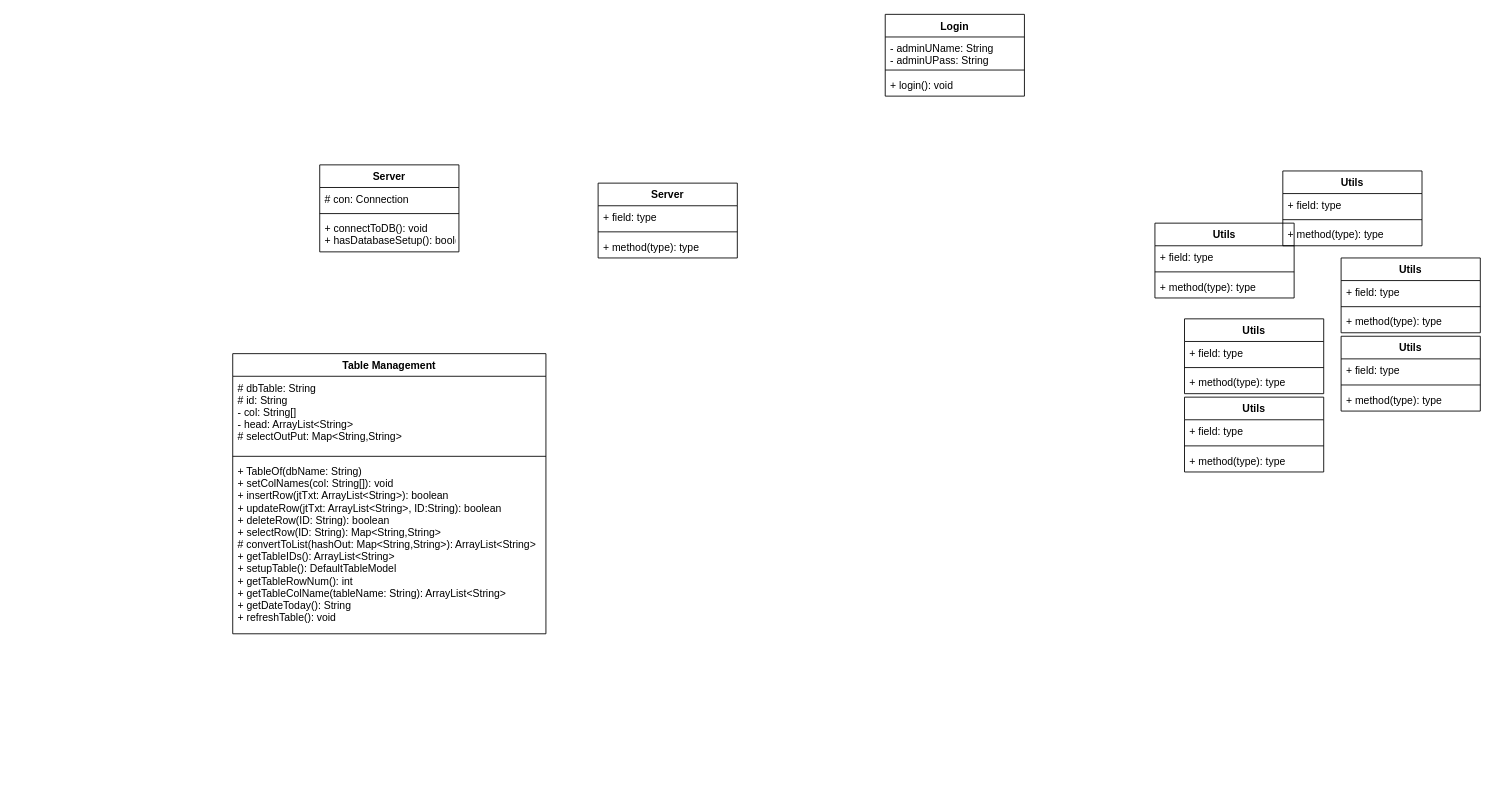
Above: Untitled Diagram.drawio in dkeithdj/digitallib (draw.io), before the change. Source tidied: cells renumbered, new cells numbered last; positions are measured from the earlier drawing's top-left corner, leaving out a move shared by most shapes. Both pictures are drawn from the tidied source at 87%, with x=0, y=0 at pixel (232, 14).
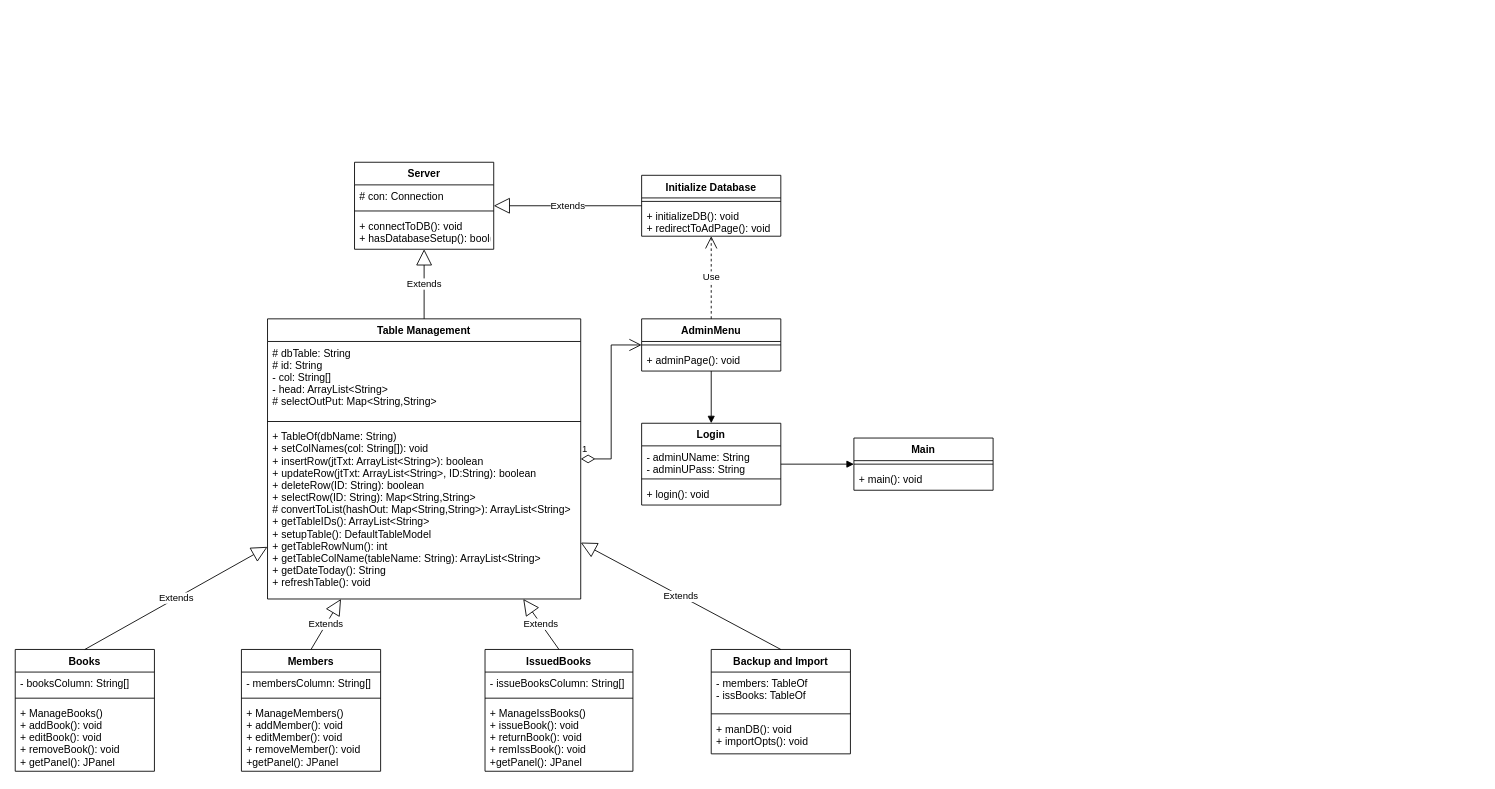
The same diagram, later.

The edit, as a diff of the source:
```diff
@@
     <mxCell id="2" value="Login" style="swimlane;fontStyle=1;align=center;verticalAlign=top;horizontal=1;startSize=26;" parent="1" vertex="1">
-      <mxGeometry x="750" width="160" height="94" as="geometry" />
+      <mxGeometry x="470" y="470" width="160" height="94" as="geometry" />
     </mxCell>
@@
-    <mxCell id="6" value="Utils" style="swimlane;fontStyle=1;align=center;verticalAlign=top;horizontal=1;startSize=26;" parent="1" vertex="1">
-      <mxGeometry x="1094" y="440" width="160" height="86" as="geometry" />
-    </mxCell>
-    <mxCell id="7" value="+ field: type" style="text;strokeColor=none;fillColor=none;align=left;verticalAlign=top;spacingLeft=4;spacingRight=4;overflow=hidden;" parent="6" vertex="1">
-      <mxGeometry y="26" width="160" height="26" as="geometry" />
-    </mxCell>
-    <mxCell id="8" style="line;strokeWidth=1;fillColor=none;align=left;verticalAlign=middle;spacingTop=-1;spacingLeft=3;spacingRight=3;labelPosition=right;" parent="6" vertex="1">
-      <mxGeometry y="52" width="160" height="8" as="geometry" />
-    </mxCell>
-    <mxCell id="9" value="+ method(type): type" style="text;strokeColor=none;fillColor=none;align=left;verticalAlign=top;spacingLeft=4;spacingRight=4;overflow=hidden;" parent="6" vertex="1">
-      <mxGeometry y="60" width="160" height="26" as="geometry" />
-    </mxCell>
-    <mxCell id="10" value="Utils" style="swimlane;fontStyle=1;align=center;verticalAlign=top;horizontal=1;startSize=26;" parent="1" vertex="1">
-      <mxGeometry x="1094" y="350" width="160" height="86" as="geometry" />
-    </mxCell>
-    <mxCell id="11" value="+ field: type" style="text;strokeColor=none;fillColor=none;align=left;verticalAlign=top;spacingLeft=4;spacingRight=4;overflow=hidden;" parent="10" vertex="1">
-      <mxGeometry y="26" width="160" height="26" as="geometry" />
-    </mxCell>
-    <mxCell id="12" style="line;strokeWidth=1;fillColor=none;align=left;verticalAlign=middle;spacingTop=-1;spacingLeft=3;spacingRight=3;labelPosition=right;" parent="10" vertex="1">
-      <mxGeometry y="52" width="160" height="8" as="geometry" />
-    </mxCell>
-    <mxCell id="13" value="+ method(type): type" style="text;strokeColor=none;fillColor=none;align=left;verticalAlign=top;spacingLeft=4;spacingRight=4;overflow=hidden;" parent="10" vertex="1">
-      <mxGeometry y="60" width="160" height="26" as="geometry" />
-    </mxCell>
-    <mxCell id="14" value="Utils" style="swimlane;fontStyle=1;align=center;verticalAlign=top;horizontal=1;startSize=26;" parent="1" vertex="1">
-      <mxGeometry x="1060" y="240" width="160" height="86" as="geometry" />
+    <mxCell id="14" value="Books" style="swimlane;fontStyle=1;align=center;verticalAlign=top;horizontal=1;startSize=26;" parent="1" vertex="1">
+      <mxGeometry x="-250" y="730" width="160" height="140" as="geometry" />
     </mxCell>
-    <mxCell id="15" value="+ field: type" style="text;strokeColor=none;fillColor=none;align=left;verticalAlign=top;spacingLeft=4;spacingRight=4;overflow=hidden;" parent="14" vertex="1">
+    <mxCell id="15" value="- booksColumn: String[]" style="text;strokeColor=none;fillColor=none;align=left;verticalAlign=top;spacingLeft=4;spacingRight=4;overflow=hidden;" parent="14" vertex="1">
       <mxGeometry y="26" width="160" height="26" as="geometry" />
     </mxCell>
@@
-    <mxCell id="17" value="+ method(type): type" style="text;strokeColor=none;fillColor=none;align=left;verticalAlign=top;spacingLeft=4;spacingRight=4;overflow=hidden;" parent="14" vertex="1">
-      <mxGeometry y="60" width="160" height="26" as="geometry" />
+    <mxCell id="17" value="+ ManageBooks()&#10;+ addBook(): void&#10;+ editBook(): void&#10;+ removeBook(): void&#10;+ getPanel(): JPanel" style="text;strokeColor=none;fillColor=none;align=left;verticalAlign=top;spacingLeft=4;spacingRight=4;overflow=hidden;" parent="14" vertex="1">
+      <mxGeometry y="60" width="160" height="80" as="geometry" />
     </mxCell>
     <mxCell id="18" value="Server" style="swimlane;fontStyle=1;align=center;verticalAlign=top;horizontal=1;startSize=26;" parent="1" vertex="1">
-      <mxGeometry x="100" y="173" width="160" height="100" as="geometry" />
+      <mxGeometry x="140" y="170" width="160" height="100" as="geometry" />
     </mxCell>
@@
-    <mxCell id="22" value="Utils" style="swimlane;fontStyle=1;align=center;verticalAlign=top;horizontal=1;startSize=26;" parent="1" vertex="1">
-      <mxGeometry x="1274" y="370" width="160" height="86" as="geometry" />
-    </mxCell>
-    <mxCell id="23" value="+ field: type" style="text;strokeColor=none;fillColor=none;align=left;verticalAlign=top;spacingLeft=4;spacingRight=4;overflow=hidden;" parent="22" vertex="1">
-      <mxGeometry y="26" width="160" height="26" as="geometry" />
-    </mxCell>
-    <mxCell id="24" style="line;strokeWidth=1;fillColor=none;align=left;verticalAlign=middle;spacingTop=-1;spacingLeft=3;spacingRight=3;labelPosition=right;" parent="22" vertex="1">
-      <mxGeometry y="52" width="160" height="8" as="geometry" />
-    </mxCell>
-    <mxCell id="25" value="+ method(type): type" style="text;strokeColor=none;fillColor=none;align=left;verticalAlign=top;spacingLeft=4;spacingRight=4;overflow=hidden;" parent="22" vertex="1">
-      <mxGeometry y="60" width="160" height="26" as="geometry" />
-    </mxCell>
-    <mxCell id="26" value="Utils" style="swimlane;fontStyle=1;align=center;verticalAlign=top;horizontal=1;startSize=26;" parent="1" vertex="1">
-      <mxGeometry x="1274" y="280" width="160" height="86" as="geometry" />
+    <mxCell id="26" value="Main" style="swimlane;fontStyle=1;align=center;verticalAlign=top;horizontal=1;startSize=26;" parent="1" vertex="1">
+      <mxGeometry x="714" y="487" width="160" height="60" as="geometry" />
     </mxCell>
-    <mxCell id="27" value="+ field: type" style="text;strokeColor=none;fillColor=none;align=left;verticalAlign=top;spacingLeft=4;spacingRight=4;overflow=hidden;" parent="26" vertex="1">
-      <mxGeometry y="26" width="160" height="26" as="geometry" />
-    </mxCell>
     <mxCell id="28" style="line;strokeWidth=1;fillColor=none;align=left;verticalAlign=middle;spacingTop=-1;spacingLeft=3;spacingRight=3;labelPosition=right;" parent="26" vertex="1">
-      <mxGeometry y="52" width="160" height="8" as="geometry" />
+      <mxGeometry y="26" width="160" height="8" as="geometry" />
     </mxCell>
-    <mxCell id="29" value="+ method(type): type" style="text;strokeColor=none;fillColor=none;align=left;verticalAlign=top;spacingLeft=4;spacingRight=4;overflow=hidden;" parent="26" vertex="1">
-      <mxGeometry y="60" width="160" height="26" as="geometry" />
+    <mxCell id="29" value="+ main(): void" style="text;strokeColor=none;fillColor=none;align=left;verticalAlign=top;spacingLeft=4;spacingRight=4;overflow=hidden;" parent="26" vertex="1">
+      <mxGeometry y="34" width="160" height="26" as="geometry" />
     </mxCell>
-    <mxCell id="30" value="Utils" style="swimlane;fontStyle=1;align=center;verticalAlign=top;horizontal=1;startSize=26;" parent="1" vertex="1">
-      <mxGeometry x="1207" y="180" width="160" height="86" as="geometry" />
+    <mxCell id="30" value="AdminMenu" style="swimlane;fontStyle=1;align=center;verticalAlign=top;horizontal=1;startSize=26;" parent="1" vertex="1">
+      <mxGeometry x="470" y="350" width="160" height="60" as="geometry" />
     </mxCell>
-    <mxCell id="31" value="+ field: type" style="text;strokeColor=none;fillColor=none;align=left;verticalAlign=top;spacingLeft=4;spacingRight=4;overflow=hidden;" parent="30" vertex="1">
-      <mxGeometry y="26" width="160" height="26" as="geometry" />
-    </mxCell>
     <mxCell id="32" style="line;strokeWidth=1;fillColor=none;align=left;verticalAlign=middle;spacingTop=-1;spacingLeft=3;spacingRight=3;labelPosition=right;" parent="30" vertex="1">
-      <mxGeometry y="52" width="160" height="8" as="geometry" />
+      <mxGeometry y="26" width="160" height="8" as="geometry" />
     </mxCell>
-    <mxCell id="33" value="+ method(type): type" style="text;strokeColor=none;fillColor=none;align=left;verticalAlign=top;spacingLeft=4;spacingRight=4;overflow=hidden;" parent="30" vertex="1">
-      <mxGeometry y="60" width="160" height="26" as="geometry" />
+    <mxCell id="33" value="+ adminPage(): void" style="text;strokeColor=none;fillColor=none;align=left;verticalAlign=top;spacingLeft=4;spacingRight=4;overflow=hidden;" parent="30" vertex="1">
+      <mxGeometry y="34" width="160" height="26" as="geometry" />
     </mxCell>
     <mxCell id="34" value="Table Management" style="swimlane;fontStyle=1;align=center;verticalAlign=top;horizontal=1;startSize=26;" parent="1" vertex="1">
-      <mxGeometry y="390" width="360" height="322" as="geometry" />
+      <mxGeometry x="40" y="350" width="360" height="322" as="geometry" />
     </mxCell>
@@
-    <mxCell id="38" value="Server" style="swimlane;fontStyle=1;align=center;verticalAlign=top;horizontal=1;startSize=26;" parent="1" vertex="1">
-      <mxGeometry x="420" y="194" width="160" height="86" as="geometry" />
+    <mxCell id="38" value="Backup and Import" style="swimlane;fontStyle=1;align=center;verticalAlign=top;horizontal=1;startSize=26;" parent="1" vertex="1">
+      <mxGeometry x="550" y="730" width="160" height="120" as="geometry" />
     </mxCell>
-    <mxCell id="39" value="+ field: type" style="text;strokeColor=none;fillColor=none;align=left;verticalAlign=top;spacingLeft=4;spacingRight=4;overflow=hidden;" parent="38" vertex="1">
-      <mxGeometry y="26" width="160" height="26" as="geometry" />
+    <mxCell id="39" value="- members: TableOf&#10;- issBooks: TableOf" style="text;strokeColor=none;fillColor=none;align=left;verticalAlign=top;spacingLeft=4;spacingRight=4;overflow=hidden;" parent="38" vertex="1">
+      <mxGeometry y="26" width="160" height="44" as="geometry" />
     </mxCell>
     <mxCell id="40" style="line;strokeWidth=1;fillColor=none;align=left;verticalAlign=middle;spacingTop=-1;spacingLeft=3;spacingRight=3;labelPosition=right;" parent="38" vertex="1">
-      <mxGeometry y="52" width="160" height="8" as="geometry" />
+      <mxGeometry y="70" width="160" height="8" as="geometry" />
     </mxCell>
-    <mxCell id="41" value="+ method(type): type" style="text;strokeColor=none;fillColor=none;align=left;verticalAlign=top;spacingLeft=4;spacingRight=4;overflow=hidden;" parent="38" vertex="1">
-      <mxGeometry y="60" width="160" height="26" as="geometry" />
+    <mxCell id="41" value="+ manDB(): void&#10;+ importOpts(): void" style="text;strokeColor=none;fillColor=none;align=left;verticalAlign=top;spacingLeft=4;spacingRight=4;overflow=hidden;" parent="38" vertex="1">
+      <mxGeometry y="78" width="160" height="42" as="geometry" />
     </mxCell>
+    <mxCell id="42" value="IssuedBooks" style="swimlane;fontStyle=1;align=center;verticalAlign=top;horizontal=1;startSize=26;" parent="1" vertex="1">
+      <mxGeometry x="290" y="730" width="170" height="140" as="geometry" />
+    </mxCell>
+    <mxCell id="43" value="- issueBooksColumn: String[]" style="text;strokeColor=none;fillColor=none;align=left;verticalAlign=top;spacingLeft=4;spacingRight=4;overflow=hidden;" parent="42" vertex="1">
+      <mxGeometry y="26" width="170" height="26" as="geometry" />
+    </mxCell>
+    <mxCell id="44" style="line;strokeWidth=1;fillColor=none;align=left;verticalAlign=middle;spacingTop=-1;spacingLeft=3;spacingRight=3;labelPosition=right;" parent="42" vertex="1">
+      <mxGeometry y="52" width="170" height="8" as="geometry" />
+    </mxCell>
+    <mxCell id="45" value="+ ManageIssBooks()&#10;+ issueBook(): void&#10;+ returnBook(): void&#10;+ remIssBook(): void&#10;+getPanel(): JPanel" style="text;strokeColor=none;fillColor=none;align=left;verticalAlign=top;spacingLeft=4;spacingRight=4;overflow=hidden;" parent="42" vertex="1">
+      <mxGeometry y="60" width="170" height="80" as="geometry" />
+    </mxCell>
+    <mxCell id="46" value="Members" style="swimlane;fontStyle=1;align=center;verticalAlign=top;horizontal=1;startSize=26;" parent="1" vertex="1">
+      <mxGeometry x="10" y="730" width="160" height="140" as="geometry" />
+    </mxCell>
+    <mxCell id="47" value="- membersColumn: String[]" style="text;strokeColor=none;fillColor=none;align=left;verticalAlign=top;spacingLeft=4;spacingRight=4;overflow=hidden;" parent="46" vertex="1">
+      <mxGeometry y="26" width="160" height="26" as="geometry" />
+    </mxCell>
+    <mxCell id="48" style="line;strokeWidth=1;fillColor=none;align=left;verticalAlign=middle;spacingTop=-1;spacingLeft=3;spacingRight=3;labelPosition=right;" parent="46" vertex="1">
+      <mxGeometry y="52" width="160" height="8" as="geometry" />
+    </mxCell>
+    <mxCell id="49" value="+ ManageMembers()&#10;+ addMember(): void&#10;+ editMember(): void&#10;+ removeMember(): void&#10;+getPanel(): JPanel" style="text;strokeColor=none;fillColor=none;align=left;verticalAlign=top;spacingLeft=4;spacingRight=4;overflow=hidden;" parent="46" vertex="1">
+      <mxGeometry y="60" width="160" height="80" as="geometry" />
+    </mxCell>
+    <mxCell id="50" value="Extends" style="endArrow=block;endSize=16;endFill=0;html=1;rounded=0;exitX=0.5;exitY=0;exitDx=0;exitDy=0;" parent="1" edge="1" source="14" target="34">
+      <mxGeometry relative="1" as="geometry" />
+    </mxCell>
+    <mxCell id="51" value="Extends" style="endArrow=block;endSize=16;endFill=0;html=1;rounded=0;" parent="1" edge="1" source="34" target="18">
+      <mxGeometry relative="1" as="geometry" />
+    </mxCell>
+    <mxCell id="52" value="Extends" style="endArrow=block;endSize=16;endFill=0;html=1;rounded=0;exitX=0.5;exitY=0;exitDx=0;exitDy=0;" parent="1" edge="1" source="38" target="34">
+      <mxGeometry relative="1" as="geometry" />
+    </mxCell>
+    <mxCell id="53" value="Extends" style="endArrow=block;endSize=16;endFill=0;html=1;rounded=0;exitX=0.5;exitY=0;exitDx=0;exitDy=0;" parent="1" edge="1" source="42" target="34">
+      <mxGeometry relative="1" as="geometry" />
+    </mxCell>
+    <mxCell id="54" value="Extends" style="endArrow=block;endSize=16;endFill=0;html=1;rounded=0;exitX=0.5;exitY=0;exitDx=0;exitDy=0;" parent="1" edge="1" source="46" target="34">
+      <mxGeometry relative="1" as="geometry" />
+    </mxCell>
+    <mxCell id="55" value="Initialize Database" style="swimlane;fontStyle=1;align=center;verticalAlign=top;horizontal=1;startSize=26;" parent="1" vertex="1">
+      <mxGeometry x="470" y="185" width="160" height="70" as="geometry" />
+    </mxCell>
+    <mxCell id="56" style="line;strokeWidth=1;fillColor=none;align=left;verticalAlign=middle;spacingTop=-1;spacingLeft=3;spacingRight=3;labelPosition=right;" parent="55" vertex="1">
+      <mxGeometry y="26" width="160" height="8" as="geometry" />
+    </mxCell>
+    <mxCell id="57" value="+ initializeDB(): void&#10;+ redirectToAdPage(): void" style="text;strokeColor=none;fillColor=none;align=left;verticalAlign=top;spacingLeft=4;spacingRight=4;overflow=hidden;" parent="55" vertex="1">
+      <mxGeometry y="34" width="160" height="36" as="geometry" />
+    </mxCell>
+    <mxCell id="58" value="Extends" style="endArrow=block;endSize=16;endFill=0;html=1;rounded=0;" parent="1" edge="1" source="55" target="18">
+      <mxGeometry relative="1" as="geometry" />
+    </mxCell>
+    <mxCell id="59" value="Use" style="endArrow=open;endSize=12;dashed=1;html=1;rounded=0;" parent="1" edge="1" source="30" target="55">
+      <mxGeometry relative="1" as="geometry" />
+    </mxCell>
+    <mxCell id="60" value="1" style="endArrow=open;html=1;endSize=12;startArrow=diamondThin;startSize=14;startFill=0;edgeStyle=orthogonalEdgeStyle;align=left;verticalAlign=bottom;rounded=0;" parent="1" edge="1" source="34" target="30">
+      <mxGeometry x="-1" y="3" relative="1" as="geometry" />
+    </mxCell>
+    <mxCell id="61" style="endArrow=block;endFill=1;html=1;edgeStyle=orthogonalEdgeStyle;align=left;verticalAlign=top;rounded=0;" parent="1" edge="1" source="30" target="2">
+      <mxGeometry x="-1" relative="1" as="geometry" />
+    </mxCell>
+    <mxCell id="62" style="endArrow=block;endFill=1;html=1;edgeStyle=orthogonalEdgeStyle;align=left;verticalAlign=top;rounded=0;" parent="1" edge="1" source="2" target="26">
+      <mxGeometry x="-1" relative="1" as="geometry" />
+    </mxCell>
```
